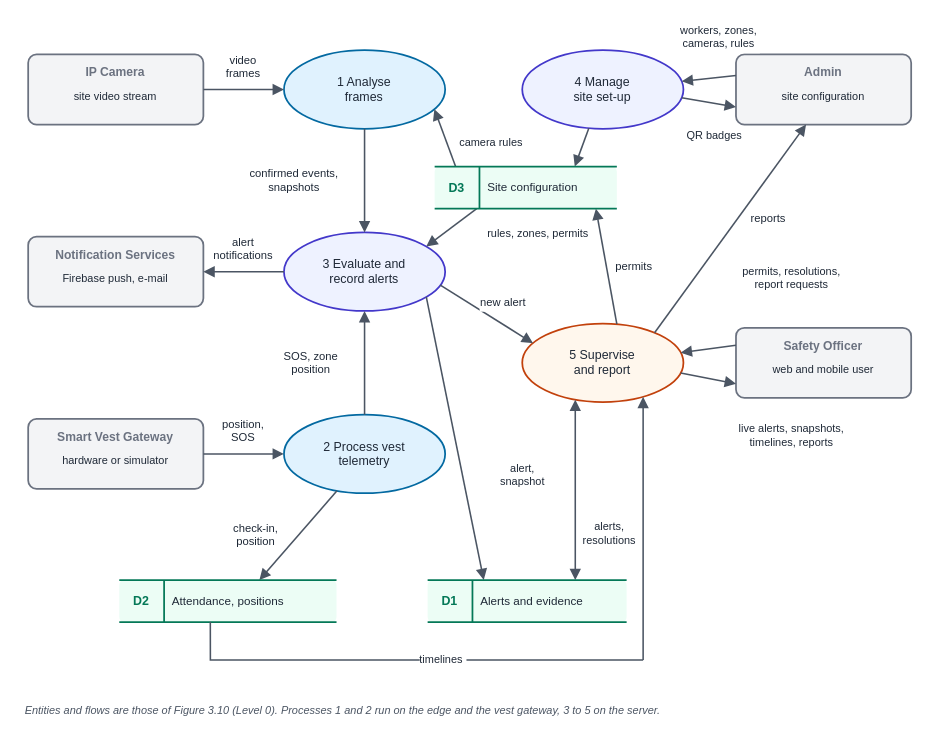
Above: docs/figures/editable/fig_dfd_level1.drawio in hamzahyaasin/site-safe (draw.io), before the change. Source tidied: cells renumbered, new cells numbered last; positions are measured from the earlier drawing's top-left corner, leaving out a move shared by most shapes. Both pictures are drawn from the tidied source at 146%, with x=0, y=0 at pixel (25, 23).
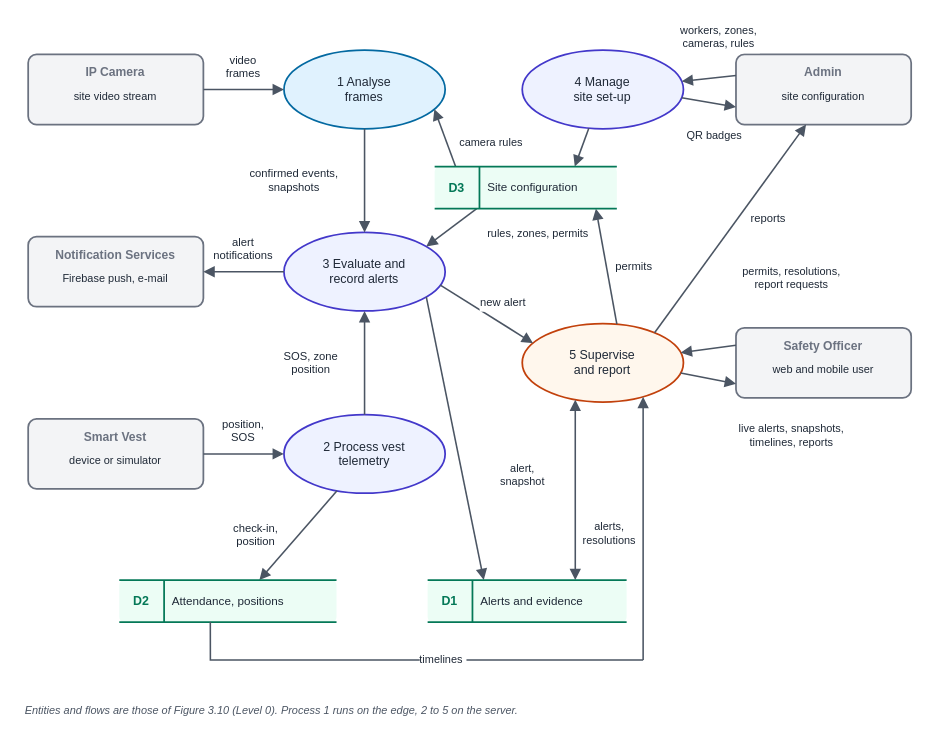
Above is the later version.

The change refers to these unchanged cells:
```xml
<mxCell id="4" style="html=1;whiteSpace=wrap;fillColor=#f3f4f6;strokeColor=#6b7280;strokeWidth=1.20;dashed=0;rounded=1;arcSize=12;absoluteArcSize=0;" parent="1" vertex="1">
  <mxGeometry x="1.8" y="270.4" width="120" height="48" as="geometry" />
</mxCell>
```

Diff of the diagram source:
```diff
@@
-    <mxCell id="9" style="ellipse;html=1;whiteSpace=wrap;fillColor=#e0f2fe;strokeColor=#0369a1;strokeWidth=1.20;dashed=0;" parent="1" vertex="1">
+    <mxCell id="9" style="ellipse;html=1;whiteSpace=wrap;fillColor=#eef2ff;strokeColor=#4338ca;strokeWidth=1.20;dashed=0;" parent="1" vertex="1">
       <mxGeometry x="177" y="267.5" width="110.4" height="53.8" as="geometry" />
     </mxCell>
@@
-    <mxCell id="48" value="Smart Vest Gateway" style="text;html=0;whiteSpace=nowrap;align=center;verticalAlign=middle;fontFamily=Arial;fontSize=8.3;fontColor=#6b7280;fontStyle=1;strokeColor=none;fillColor=none;spacing=0;" parent="4" vertex="1">
-      <mxGeometry x="7.2" y="5.9" width="105.6" height="13.1" as="geometry" />
+    <mxCell id="48" value="Smart Vest" style="text;html=0;whiteSpace=nowrap;align=center;verticalAlign=middle;fontFamily=Arial;fontSize=8.3;fontColor=#6b7280;fontStyle=1;strokeColor=none;fillColor=none;spacing=0;" parent="4" vertex="1">
+      <mxGeometry x="30.5" y="5.9" width="59" height="13.1" as="geometry" />
     </mxCell>
-    <mxCell id="49" value="hardware or simulator" style="text;html=0;whiteSpace=nowrap;align=center;verticalAlign=middle;fontFamily=Arial;fontSize=7.5;fontColor=#1f2937;fontStyle=0;strokeColor=none;fillColor=none;spacing=0;" parent="4" vertex="1">
-      <mxGeometry x="11.9" y="24.1" width="96.3" height="9.4" as="geometry" />
+    <mxCell id="49" value="device or simulator" style="text;html=0;whiteSpace=nowrap;align=center;verticalAlign=middle;fontFamily=Arial;fontSize=7.5;fontColor=#1f2937;fontStyle=0;strokeColor=none;fillColor=none;spacing=0;" parent="4" vertex="1">
+      <mxGeometry x="18" y="24.1" width="84" height="9.4" as="geometry" />
     </mxCell>
@@
-    <mxCell id="83" value="Entities and flows are those of Figure 3.10 (Level 0). Processes 1 and 2 run on the edge and the vest gateway, 3 to 5 on the server." style="text;html=0;whiteSpace=nowrap;align=left;verticalAlign=middle;fontFamily=Arial;fontSize=7.5;fontColor=#4b5563;fontStyle=2;strokeColor=none;fillColor=none;spacing=0;" parent="1" vertex="1">
-      <mxGeometry x="-0.1" y="465.1" width="555.7" height="10" as="geometry" />
+    <mxCell id="83" value="Entities and flows are those of Figure 3.10 (Level 0). Process 1 runs on the edge, 2 to 5 on the server." style="text;html=0;whiteSpace=nowrap;align=left;verticalAlign=middle;fontFamily=Arial;fontSize=7.5;fontColor=#4b5563;fontStyle=2;strokeColor=none;fillColor=none;spacing=0;" parent="1" vertex="1">
+      <mxGeometry x="-0.1" y="465.1" width="432.4" height="10" as="geometry" />
     </mxCell>
```
